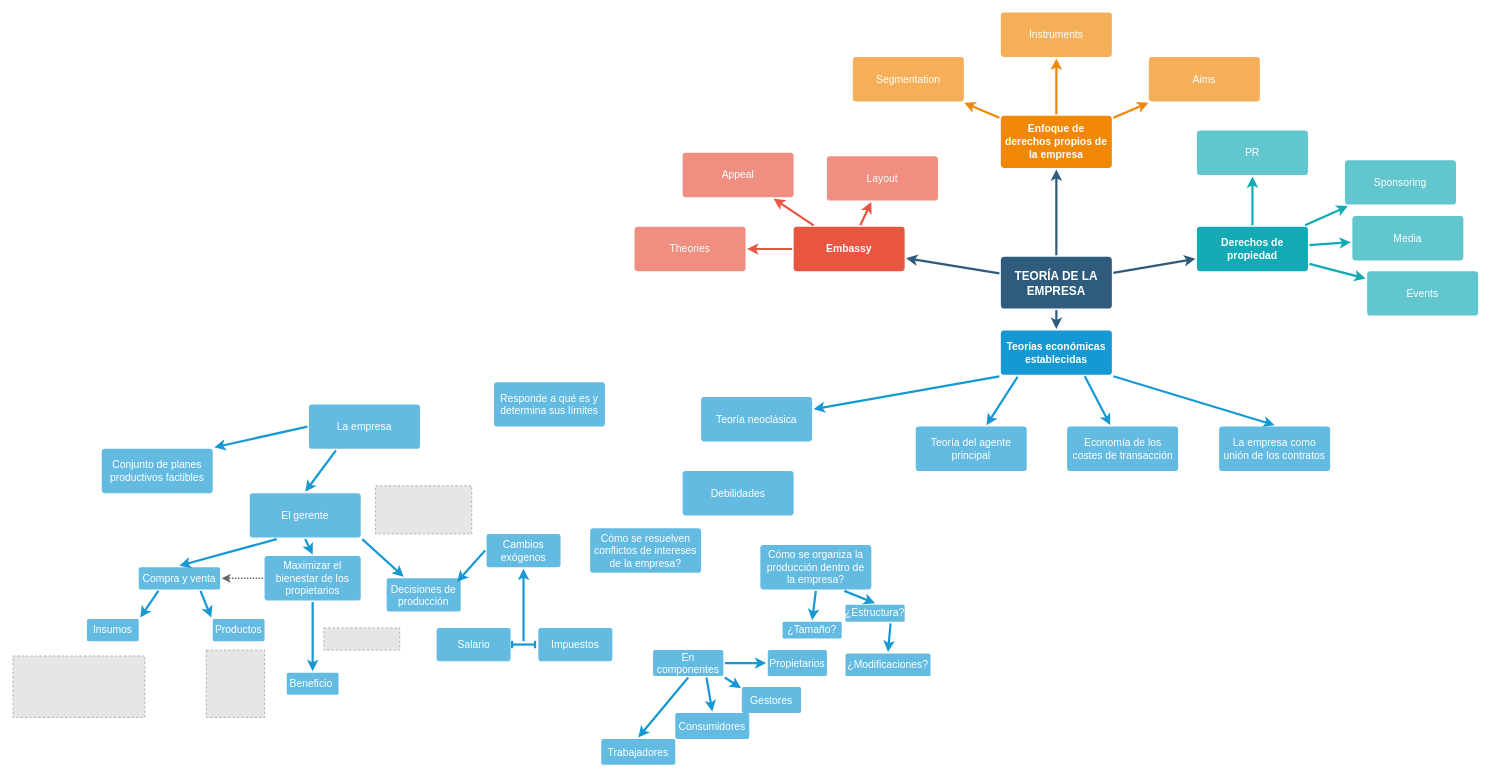
Before: MAPAS MENTALES/Teoría de la regulación.drawio in Jose85100/DIAGRAMAS, a draw.io diagram. Source tidied: cells renumbered, new cells numbered last; positions are measured from the earlier drawing's top-left corner, leaving out a move shared by most shapes. Both pictures are drawn from the tidied source at 74%, with x=0, y=0 at pixel (13, 12). Pictures stored in the file or linked from it are replaced by grey dashed boxes.
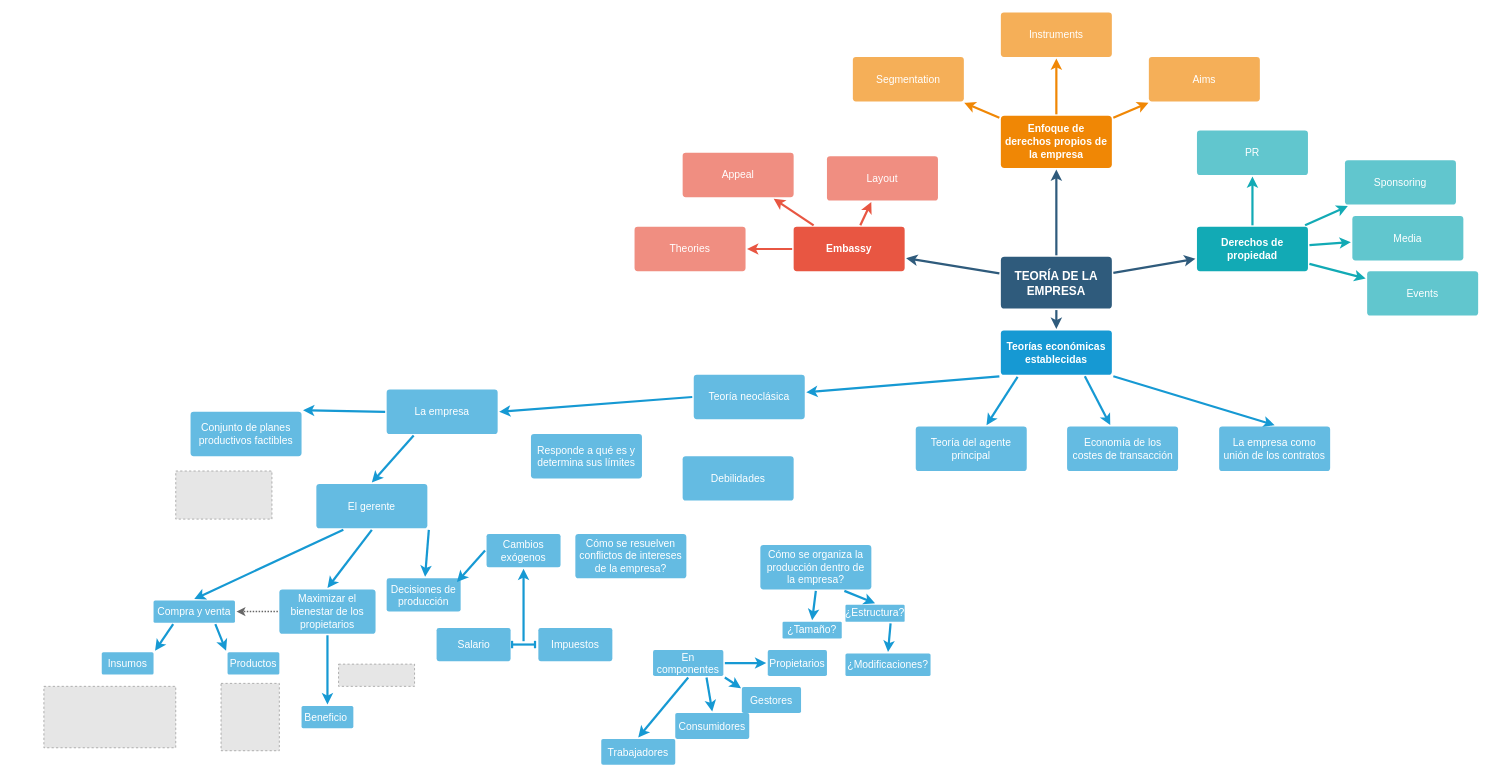
After the change.

What changed in the source:
```diff
@@
     <mxCell id="20" value="Teoría neoclásica" style="rounded=1;whiteSpace=wrap;html=1;shadow=0;labelBackgroundColor=none;strokeColor=none;strokeWidth=3;fillColor=#64bbe2;fontFamily=Helvetica;fontSize=14;fontColor=#FFFFFF;align=center;spacing=5;arcSize=7;perimeterSpacing=2;" parent="1" vertex="1">
-      <mxGeometry x="930" y="520" width="150" height="60" as="geometry" />
+      <mxGeometry x="920" y="490" width="150" height="60" as="geometry" />
     </mxCell>
@@
     <mxCell id="39" value="Conjunto de planes productivos factibles" style="rounded=1;whiteSpace=wrap;html=1;shadow=0;labelBackgroundColor=none;strokeColor=none;strokeWidth=3;fillColor=#64bbe2;fontFamily=Helvetica;fontSize=14;fontColor=#FFFFFF;align=center;spacing=5;arcSize=7;perimeterSpacing=2;" parent="1" vertex="1">
-      <mxGeometry x="120" y="590" width="150" height="60" as="geometry" />
+      <mxGeometry x="240" y="540" width="150" height="60" as="geometry" />
     </mxCell>
     <mxCell id="40" value="El gerente" style="rounded=1;whiteSpace=wrap;html=1;shadow=0;labelBackgroundColor=none;strokeColor=none;strokeWidth=3;fillColor=#64bbe2;fontFamily=Helvetica;fontSize=14;fontColor=#FFFFFF;align=center;spacing=5;arcSize=7;perimeterSpacing=2;" parent="1" vertex="1">
-      <mxGeometry x="320" y="650" width="150" height="60" as="geometry" />
+      <mxGeometry x="410" y="637.5" width="150" height="60" as="geometry" />
     </mxCell>
     <mxCell id="41" value="La empresa" style="rounded=1;whiteSpace=wrap;html=1;shadow=0;labelBackgroundColor=none;strokeColor=none;strokeWidth=3;fillColor=#64bbe2;fontFamily=Helvetica;fontSize=14;fontColor=#FFFFFF;align=center;spacing=5;arcSize=7;perimeterSpacing=2;" parent="1" vertex="1">
-      <mxGeometry x="400" y="530" width="150" height="60" as="geometry" />
+      <mxGeometry x="505" y="510" width="150" height="60" as="geometry" />
     </mxCell>
@@
     <mxCell id="44" value="Compra y venta" style="rounded=1;whiteSpace=wrap;html=1;shadow=0;labelBackgroundColor=none;strokeColor=none;strokeWidth=3;fillColor=#64bbe2;fontFamily=Helvetica;fontSize=14;fontColor=#FFFFFF;align=center;spacing=5;arcSize=7;perimeterSpacing=2;" parent="1" vertex="1">
-      <mxGeometry x="170" y="750" width="110" height="30" as="geometry" />
+      <mxGeometry x="190" y="795" width="110" height="30" as="geometry" />
     </mxCell>
     <mxCell id="45" value="Insumos" style="rounded=1;whiteSpace=wrap;html=1;shadow=0;labelBackgroundColor=none;strokeColor=none;strokeWidth=3;fillColor=#64bbe2;fontFamily=Helvetica;fontSize=14;fontColor=#FFFFFF;align=center;spacing=5;arcSize=7;perimeterSpacing=2;" parent="1" vertex="1">
-      <mxGeometry x="100" y="820" width="70" height="30" as="geometry" />
+      <mxGeometry x="120" y="865" width="70" height="30" as="geometry" />
     </mxCell>
     <mxCell id="46" value="Productos" style="rounded=1;whiteSpace=wrap;html=1;shadow=0;labelBackgroundColor=none;strokeColor=none;strokeWidth=3;fillColor=#64bbe2;fontFamily=Helvetica;fontSize=14;fontColor=#FFFFFF;align=center;spacing=5;arcSize=7;perimeterSpacing=2;" parent="1" vertex="1">
-      <mxGeometry x="270" y="820" width="70" height="30" as="geometry" />
+      <mxGeometry x="290" y="865" width="70" height="30" as="geometry" />
     </mxCell>
     <mxCell id="47" value="Maximizar el bienestar de los propietarios" style="rounded=1;whiteSpace=wrap;html=1;shadow=0;labelBackgroundColor=none;strokeColor=none;strokeWidth=3;fillColor=#64bbe2;fontFamily=Helvetica;fontSize=14;fontColor=#FFFFFF;align=center;spacing=5;arcSize=7;perimeterSpacing=2;" parent="1" vertex="1">
-      <mxGeometry x="340" y="735" width="130" height="60" as="geometry" />
+      <mxGeometry x="360" y="780" width="130" height="60" as="geometry" />
     </mxCell>
     <mxCell id="48" value="Beneficio&amp;nbsp;" style="rounded=1;whiteSpace=wrap;html=1;shadow=0;labelBackgroundColor=none;strokeColor=none;strokeWidth=3;fillColor=#64bbe2;fontFamily=Helvetica;fontSize=14;fontColor=#FFFFFF;align=center;spacing=5;arcSize=7;perimeterSpacing=2;" parent="1" vertex="1">
-      <mxGeometry x="370" y="892.5" width="70" height="30" as="geometry" />
+      <mxGeometry x="390" y="937.5" width="70" height="30" as="geometry" />
     </mxCell>
@@
     <mxCell id="55" style="fillColor=#E6E6E6;strokeColor=#999999;dashed=1;verticalLabelPosition=bottom;labelBackgroundColor=default;verticalAlign=top;" parent="1" vertex="1">
-      <mxGeometry x="490" y="640" width="130" height="65" as="geometry" />
+      <mxGeometry x="220" y="620" width="130" height="65" as="geometry" />
     </mxCell>
     <mxCell id="56" style="fillColor=#E6E6E6;strokeColor=#999999;dashed=1;verticalLabelPosition=bottom;labelBackgroundColor=default;verticalAlign=top;" parent="1" vertex="1">
-      <mxGeometry y="870" width="178.2" height="83" as="geometry" />
+      <mxGeometry x="41.8" y="911" width="178.2" height="83" as="geometry" />
     </mxCell>
     <mxCell id="57" style="fillColor=#E6E6E6;strokeColor=#999999;dashed=1;verticalLabelPosition=bottom;labelBackgroundColor=default;verticalAlign=top;" parent="1" vertex="1">
-      <mxGeometry x="261.2" y="862" width="78.8" height="91" as="geometry" />
+      <mxGeometry x="281.2" y="907" width="78.8" height="91" as="geometry" />
     </mxCell>
     <mxCell id="58" style="fillColor=#E6E6E6;strokeColor=#999999;dashed=1;verticalLabelPosition=bottom;labelBackgroundColor=default;verticalAlign=top;" parent="1" vertex="1">
-      <mxGeometry x="420" y="832" width="102.7" height="30" as="geometry" />
+      <mxGeometry x="440" y="881" width="102.7" height="30" as="geometry" />
     </mxCell>
@@
     <mxCell id="63" value="Debilidades" style="rounded=1;whiteSpace=wrap;html=1;shadow=0;labelBackgroundColor=none;strokeColor=none;strokeWidth=3;fillColor=#64bbe2;fontFamily=Helvetica;fontSize=14;fontColor=#FFFFFF;align=center;spacing=5;arcSize=7;perimeterSpacing=2;" parent="1" vertex="1">
-      <mxGeometry x="905" y="620" width="150" height="60" as="geometry" />
+      <mxGeometry x="905" y="600" width="150" height="60" as="geometry" />
     </mxCell>
@@
     <mxCell id="65" value="Cómo se resuelven conflictos de intereses de la empresa?" style="rounded=1;whiteSpace=wrap;html=1;shadow=0;labelBackgroundColor=none;strokeColor=none;strokeWidth=3;fillColor=#64bbe2;fontFamily=Helvetica;fontSize=14;fontColor=#FFFFFF;align=center;spacing=5;arcSize=7;perimeterSpacing=2;" parent="1" vertex="1">
-      <mxGeometry x="780" y="697.5" width="150" height="60" as="geometry" />
+      <mxGeometry x="760" y="705" width="150" height="60" as="geometry" />
     </mxCell>
@@
     <mxCell id="79" value="Responde a qué es y determina sus límites" style="rounded=1;whiteSpace=wrap;html=1;shadow=0;labelBackgroundColor=none;strokeColor=none;strokeWidth=3;fillColor=#64bbe2;fontFamily=Helvetica;fontSize=14;fontColor=#FFFFFF;align=center;spacing=5;arcSize=7;perimeterSpacing=2;" parent="1" vertex="1">
-      <mxGeometry x="650" y="500" width="150" height="60" as="geometry" />
+      <mxGeometry x="700" y="570" width="150" height="60" as="geometry" />
     </mxCell>
@@
+    <mxCell id="86" style="edgeStyle=none;rounded=0;jumpStyle=none;html=1;shadow=0;labelBackgroundColor=none;startArrow=none;startFill=0;endArrow=classic;endFill=1;jettySize=auto;strokeColor=#1699D3;strokeWidth=3;fontFamily=Helvetica;fontSize=14;fontColor=#FFFFFF;spacing=5;entryX=1;entryY=0.5;entryDx=0;entryDy=0;exitX=0;exitY=0.5;exitDx=0;exitDy=0;" parent="1" edge="1" source="20" target="41">
+      <mxGeometry relative="1" as="geometry" />
+    </mxCell>
```
